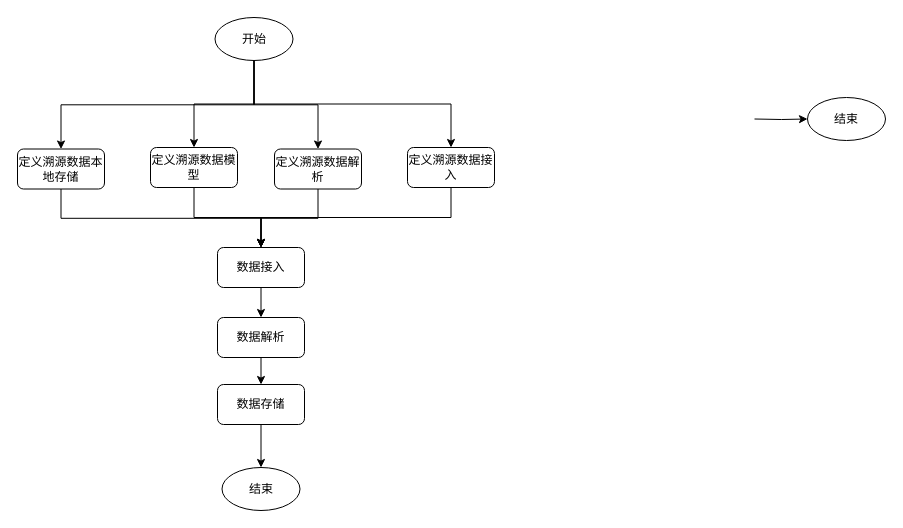
popvlovs/popvlovs-repository keeps this draw.io diagram as 软件概要设计-数据接入中心-控制流图.drawio. Above is the earlier version. Source tidied: cells renumbered, new cells numbered last; positions are measured from the earlier drawing's top-left corner, leaving out a move shared by most shapes. Both pictures are drawn from the tidied source at 100%, with x=0, y=0 at pixel (17, 17).
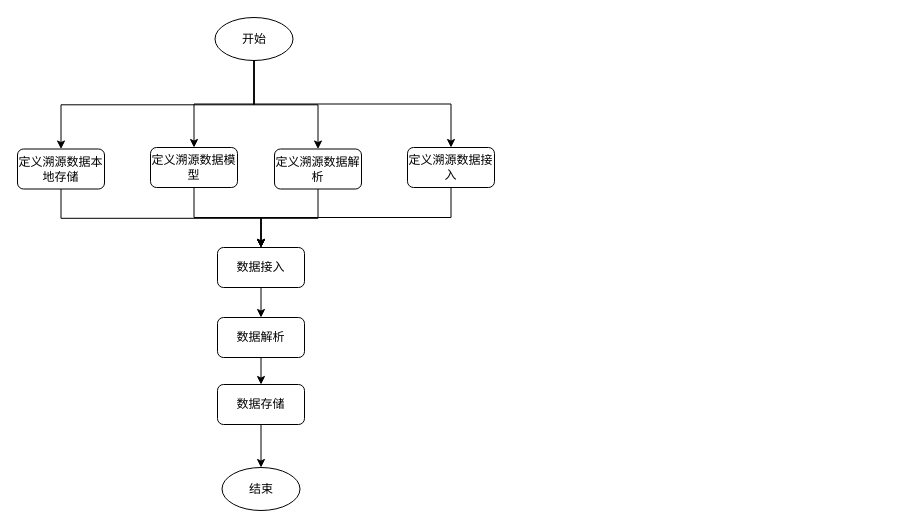
Above is the later version.

Commit message (it also covers changes not shown here):
Update 软件概要设计-数据接入中心-控制流图.drawio

What changed in the source:
```diff
@@
-    <mxCell id="8" style="edgeStyle=orthogonalEdgeStyle;rounded=0;jettySize=auto;html=1;exitX=1;exitY=0.5;exitDx=0;exitDy=0;" parent="1" edge="1" target="9">
-      <mxGeometry relative="1" as="geometry">
-        <mxPoint x="737" y="101.5" as="sourcePoint" />
-      </mxGeometry>
-    </mxCell>
-    <mxCell id="9" value="结束" style="ellipse;whiteSpace=wrap;html=1;" parent="1" vertex="1">
-      <mxGeometry x="790" y="80" width="78" height="43" as="geometry" />
-    </mxCell>
```
